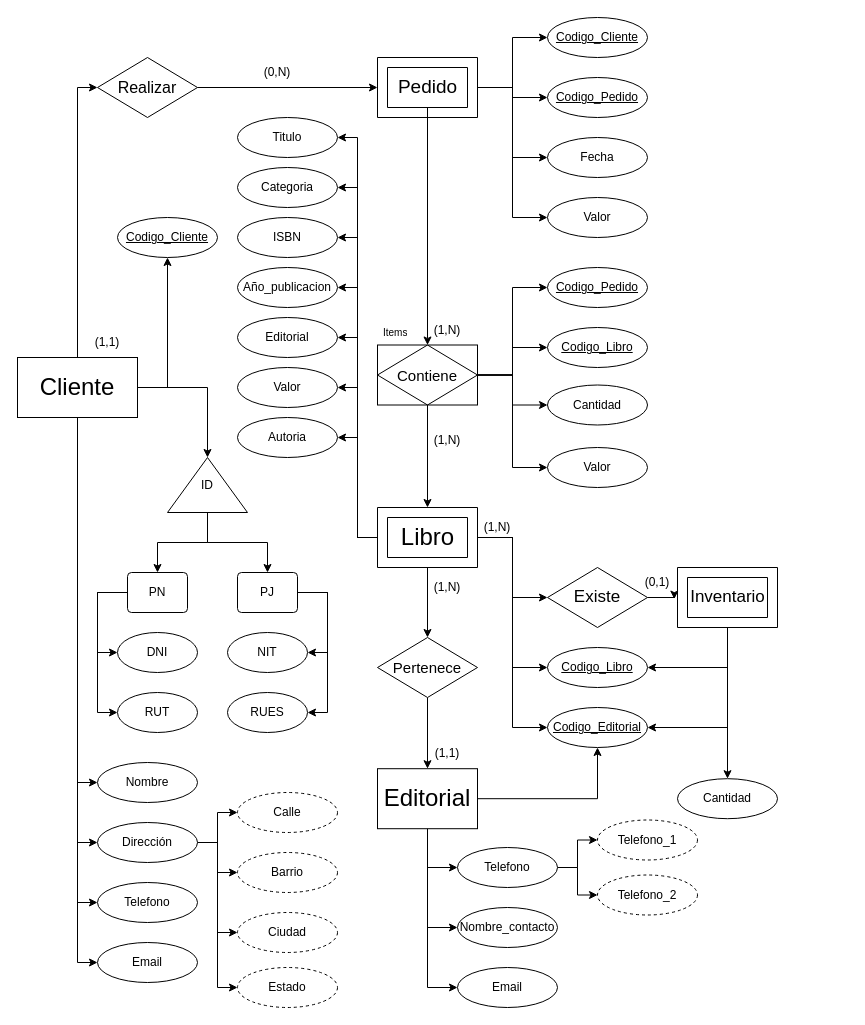
This is Diagrama sin título.drawio from MattLudu/portfolio, a draw.io file, before an edit. Source tidied: cells renumbered, new cells numbered last; positions are measured from the earlier drawing's top-left corner, leaving out a move shared by most shapes. Both pictures are drawn from the tidied source at 100%, with x=0, y=0 at pixel (17, 17).
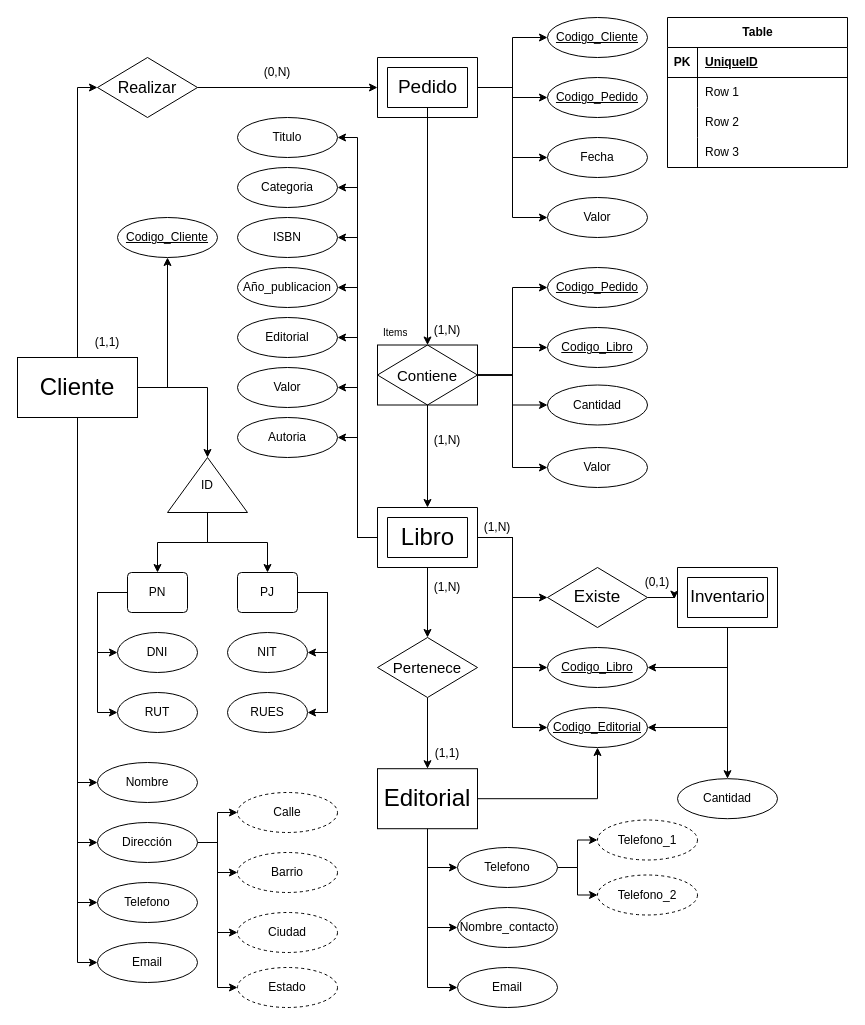
The same diagram, later.

Commit message:
modelo de base de datos_tabla.drawio

The edit, as a diff of the source:
```diff
@@
+    <mxCell id="115" value="Table" style="shape=table;startSize=30;childLayout=tableLayout;rowLines=0;fontStyle=1;align=center;html=1;" parent="1" vertex="1">
+      <mxGeometry x="650" width="180" height="150" as="geometry" />
+    </mxCell>
+    <mxCell id="116" style="shape=tableRow;horizontal=0;startSize=0;swimlaneHead=0;swimlaneBody=0;fillColor=none;top=0;left=0;right=0;bottom=1;" parent="115" vertex="1">
+      <mxGeometry y="30" width="180" height="30" as="geometry" />
+    </mxCell>
+    <mxCell id="117" value="PK" style="shape=partialRectangle;fillColor=none;top=0;left=0;bottom=0;right=0;fontStyle=1;overflow=hidden;whiteSpace=wrap;html=1;" parent="116" vertex="1">
+      <mxGeometry width="30" height="30" as="geometry" />
+    </mxCell>
+    <mxCell id="118" value="UniqueID" style="shape=partialRectangle;fillColor=none;top=0;left=0;bottom=0;right=0;align=left;spacingLeft=6;fontStyle=5;overflow=hidden;whiteSpace=wrap;html=1;" parent="116" vertex="1">
+      <mxGeometry x="30" width="150" height="30" as="geometry" />
+    </mxCell>
+    <mxCell id="119" style="shape=tableRow;horizontal=0;startSize=0;swimlaneHead=0;swimlaneBody=0;fillColor=none;top=0;left=0;right=0;bottom=0;" parent="115" vertex="1">
+      <mxGeometry y="60" width="180" height="30" as="geometry" />
+    </mxCell>
+    <mxCell id="120" style="shape=partialRectangle;fillColor=none;top=0;left=0;bottom=0;right=0;overflow=hidden;whiteSpace=wrap;html=1;" parent="119" vertex="1">
+      <mxGeometry width="30" height="30" as="geometry" />
+    </mxCell>
+    <mxCell id="121" value="Row 1" style="shape=partialRectangle;fillColor=none;top=0;left=0;bottom=0;right=0;align=left;spacingLeft=6;overflow=hidden;whiteSpace=wrap;html=1;" parent="119" vertex="1">
+      <mxGeometry x="30" width="150" height="30" as="geometry" />
+    </mxCell>
+    <mxCell id="122" style="shape=tableRow;horizontal=0;startSize=0;swimlaneHead=0;swimlaneBody=0;fillColor=none;top=0;left=0;right=0;bottom=0;" parent="115" vertex="1">
+      <mxGeometry y="90" width="180" height="30" as="geometry" />
+    </mxCell>
+    <mxCell id="123" style="shape=partialRectangle;fillColor=none;top=0;left=0;bottom=0;right=0;overflow=hidden;whiteSpace=wrap;html=1;" parent="122" vertex="1">
+      <mxGeometry width="30" height="30" as="geometry" />
+    </mxCell>
+    <mxCell id="124" value="Row 2" style="shape=partialRectangle;fillColor=none;top=0;left=0;bottom=0;right=0;align=left;spacingLeft=6;overflow=hidden;whiteSpace=wrap;html=1;" parent="122" vertex="1">
+      <mxGeometry x="30" width="150" height="30" as="geometry" />
+    </mxCell>
+    <mxCell id="125" style="shape=tableRow;horizontal=0;startSize=0;swimlaneHead=0;swimlaneBody=0;fillColor=none;top=0;left=0;right=0;bottom=0;" parent="115" vertex="1">
+      <mxGeometry y="120" width="180" height="30" as="geometry" />
+    </mxCell>
+    <mxCell id="126" style="shape=partialRectangle;fillColor=none;top=0;left=0;bottom=0;right=0;overflow=hidden;whiteSpace=wrap;html=1;" parent="125" vertex="1">
+      <mxGeometry width="30" height="30" as="geometry" />
+    </mxCell>
+    <mxCell id="127" value="Row 3" style="shape=partialRectangle;fillColor=none;top=0;left=0;bottom=0;right=0;align=left;spacingLeft=6;overflow=hidden;whiteSpace=wrap;html=1;" parent="125" vertex="1">
+      <mxGeometry x="30" width="150" height="30" as="geometry" />
+    </mxCell>
```
